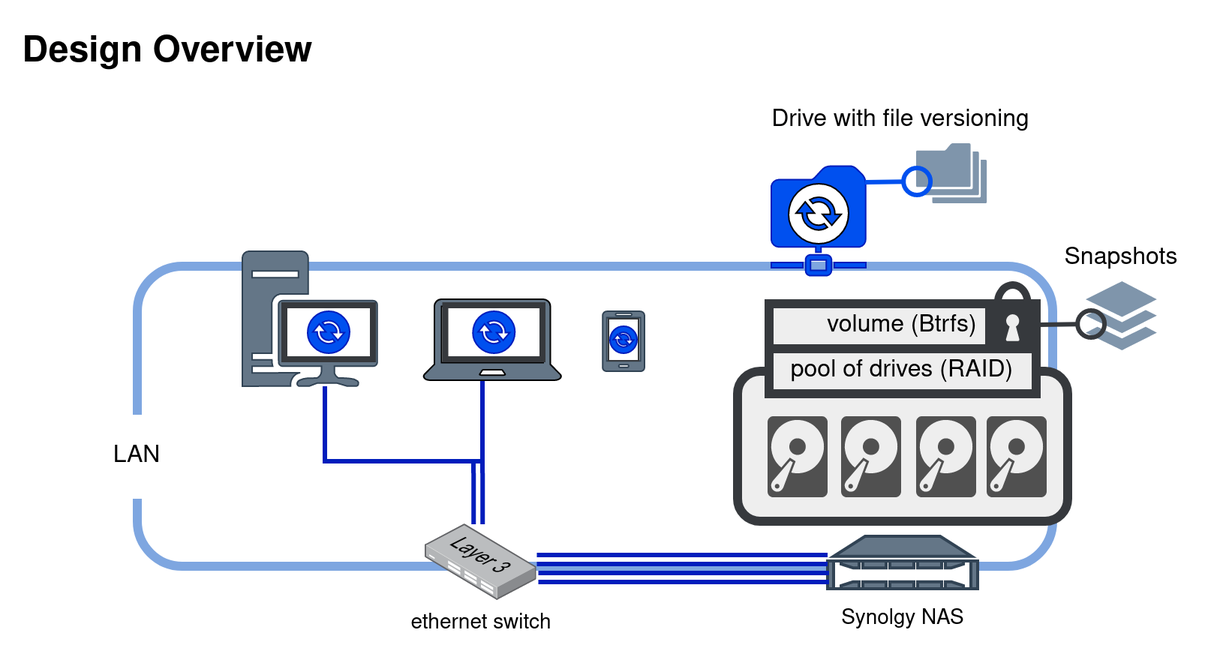
Earlier version of the draw.io export images/synology_design_overview.png (mfld/docs). Source tidied: cells renumbered, new cells last; positions are measured from the earlier drawing's top-left corner, leaving out a move shared by most shapes.
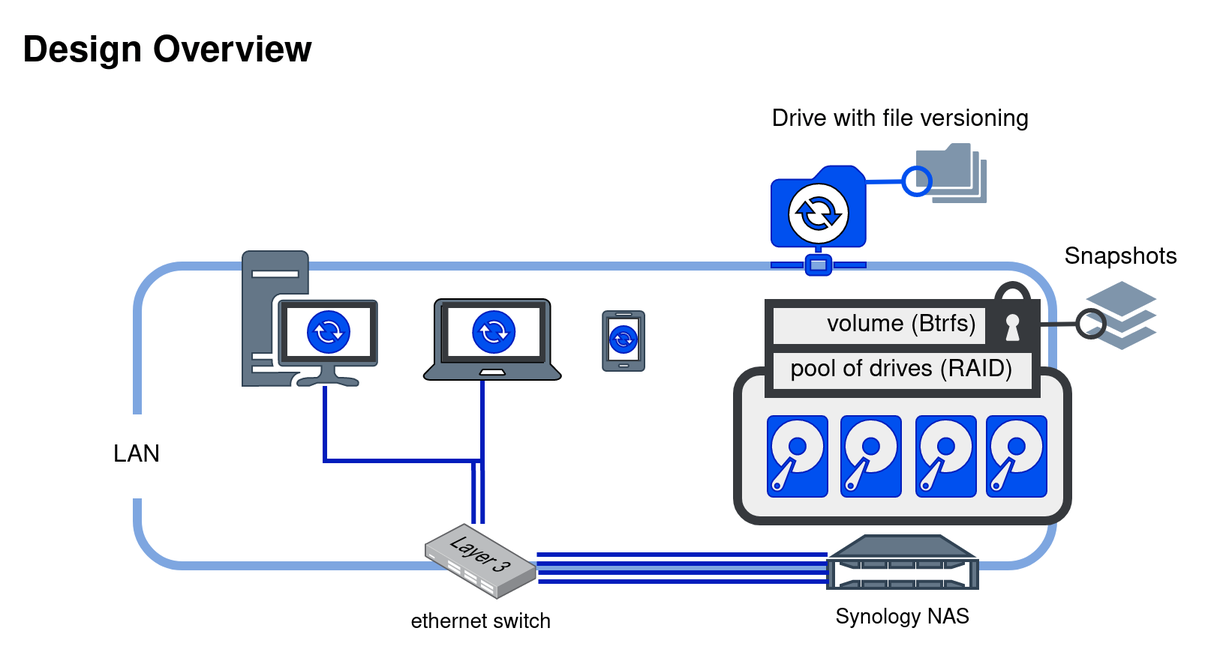
After the change.

Commit message:
corrected typo

What changed in the source:
```diff
@@ -42,22 +42,22 @@
         </Array>
       </mxGeometry>
     </mxCell>
-    <mxCell id="10" value="Synolgy NAS" style="text;html=1;align=center;verticalAlign=middle;strokeColor=none;fillColor=none;fontSize=14;fontColor=#000000;" parent="1" vertex="1">
-      <mxGeometry x="490" y="387" width="100" height="20" as="geometry" />
+    <mxCell id="10" value="Synology NAS" style="text;html=1;align=center;verticalAlign=middle;strokeColor=none;fillColor=none;fontSize=14;fontColor=#000000;" parent="1" vertex="1">
+      <mxGeometry x="485" y="382" width="110" height="30" as="geometry" />
     </mxCell>
     <mxCell id="11" style="rounded=1;whiteSpace=wrap;html=1;labelBackgroundColor=#ffffff;fontSize=14;strokeWidth=6;fillColor=#EEEEEE;strokeColor=#36393d;" parent="1" vertex="1">
       <mxGeometry x="430" y="232" width="220" height="100" as="geometry" />
     </mxCell>
-    <mxCell id="12" style="sketch=0;shadow=0;dashed=0;html=1;strokeColor=none;fillColor=#505050;labelPosition=center;verticalLabelPosition=bottom;verticalAlign=top;align=center;shape=mxgraph.office.devices.hard_disk;labelBackgroundColor=#ffffff;fontSize=14;fontColor=#000000;" parent="1" vertex="1">
+    <mxCell id="12" style="sketch=0;shadow=0;dashed=0;html=1;strokeColor=#001DBC;fillColor=#0050ef;labelPosition=center;verticalLabelPosition=bottom;verticalAlign=top;align=center;shape=mxgraph.office.devices.hard_disk;labelBackgroundColor=#ffffff;fontSize=14;fontColor=#ffffff;" parent="1" vertex="1">
       <mxGeometry x="450" y="262" width="40" height="54" as="geometry" />
     </mxCell>
-    <mxCell id="13" style="sketch=0;shadow=0;dashed=0;html=1;strokeColor=none;fillColor=#505050;labelPosition=center;verticalLabelPosition=bottom;verticalAlign=top;align=center;shape=mxgraph.office.devices.hard_disk;labelBackgroundColor=#ffffff;fontSize=14;fontColor=#000000;" parent="1" vertex="1">
+    <mxCell id="13" style="sketch=0;shadow=0;dashed=0;html=1;strokeColor=#001DBC;fillColor=#0050ef;labelPosition=center;verticalLabelPosition=bottom;verticalAlign=top;align=center;shape=mxgraph.office.devices.hard_disk;labelBackgroundColor=#ffffff;fontSize=14;fontColor=#ffffff;" parent="1" vertex="1">
       <mxGeometry x="499" y="262" width="40" height="54" as="geometry" />
     </mxCell>
-    <mxCell id="14" style="sketch=0;shadow=0;dashed=0;html=1;strokeColor=none;fillColor=#505050;labelPosition=center;verticalLabelPosition=bottom;verticalAlign=top;align=center;shape=mxgraph.office.devices.hard_disk;labelBackgroundColor=#ffffff;fontSize=14;fontColor=#000000;" parent="1" vertex="1">
+    <mxCell id="14" style="sketch=0;shadow=0;dashed=0;html=1;strokeColor=#001DBC;fillColor=#0050ef;labelPosition=center;verticalLabelPosition=bottom;verticalAlign=top;align=center;shape=mxgraph.office.devices.hard_disk;labelBackgroundColor=#ffffff;fontSize=14;fontColor=#ffffff;" parent="1" vertex="1">
       <mxGeometry x="549" y="262" width="40" height="54" as="geometry" />
     </mxCell>
-    <mxCell id="15" style="sketch=0;shadow=0;dashed=0;html=1;strokeColor=none;fillColor=#505050;labelPosition=center;verticalLabelPosition=bottom;verticalAlign=top;align=center;shape=mxgraph.office.devices.hard_disk;labelBackgroundColor=#ffffff;fontSize=14;fontColor=#000000;" parent="1" vertex="1">
+    <mxCell id="15" style="sketch=0;shadow=0;dashed=0;html=1;strokeColor=#001DBC;fillColor=#0050ef;labelPosition=center;verticalLabelPosition=bottom;verticalAlign=top;align=center;shape=mxgraph.office.devices.hard_disk;labelBackgroundColor=#ffffff;fontSize=14;fontColor=#ffffff;" parent="1" vertex="1">
       <mxGeometry x="596" y="262" width="40" height="54" as="geometry" />
     </mxCell>
     <mxCell id="16" style="sketch=0;shadow=0;dashed=0;html=1;strokeColor=#001DBC;labelPosition=center;verticalLabelPosition=bottom;verticalAlign=top;align=center;fillColor=#0050EF;shape=mxgraph.mscae.enterprise.shared_folder;labelBackgroundColor=#ffffff;fontSize=14;fontColor=#ffffff;" parent="1" vertex="1">
```
